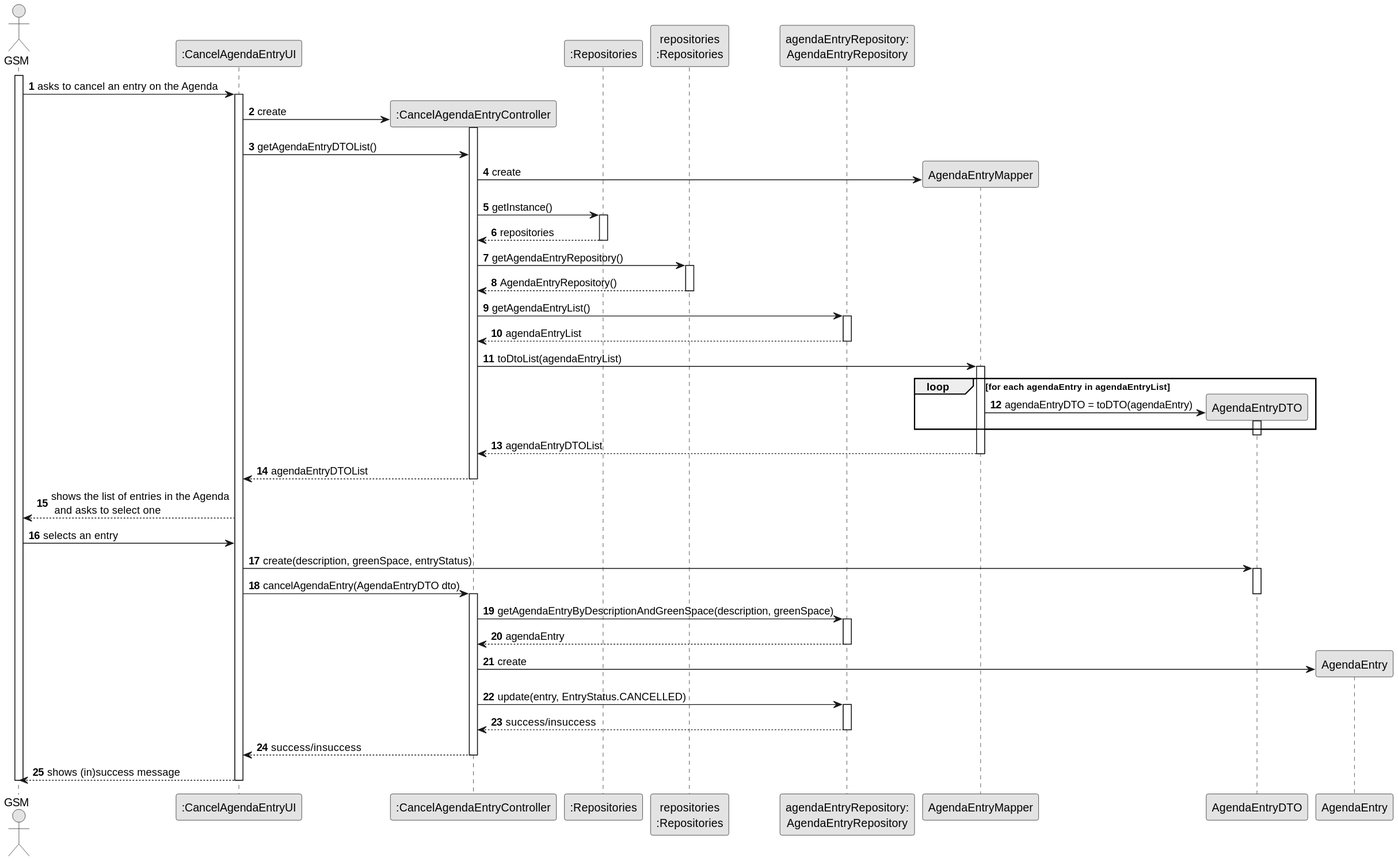
Before: docs/sprintC/us025/03.design/svg/us025-sequence-diagram-full.svg, a diagram exported from PlantUML (Departamento-de-Engenharia-Informatica/lei-24-s2-1do-g164).
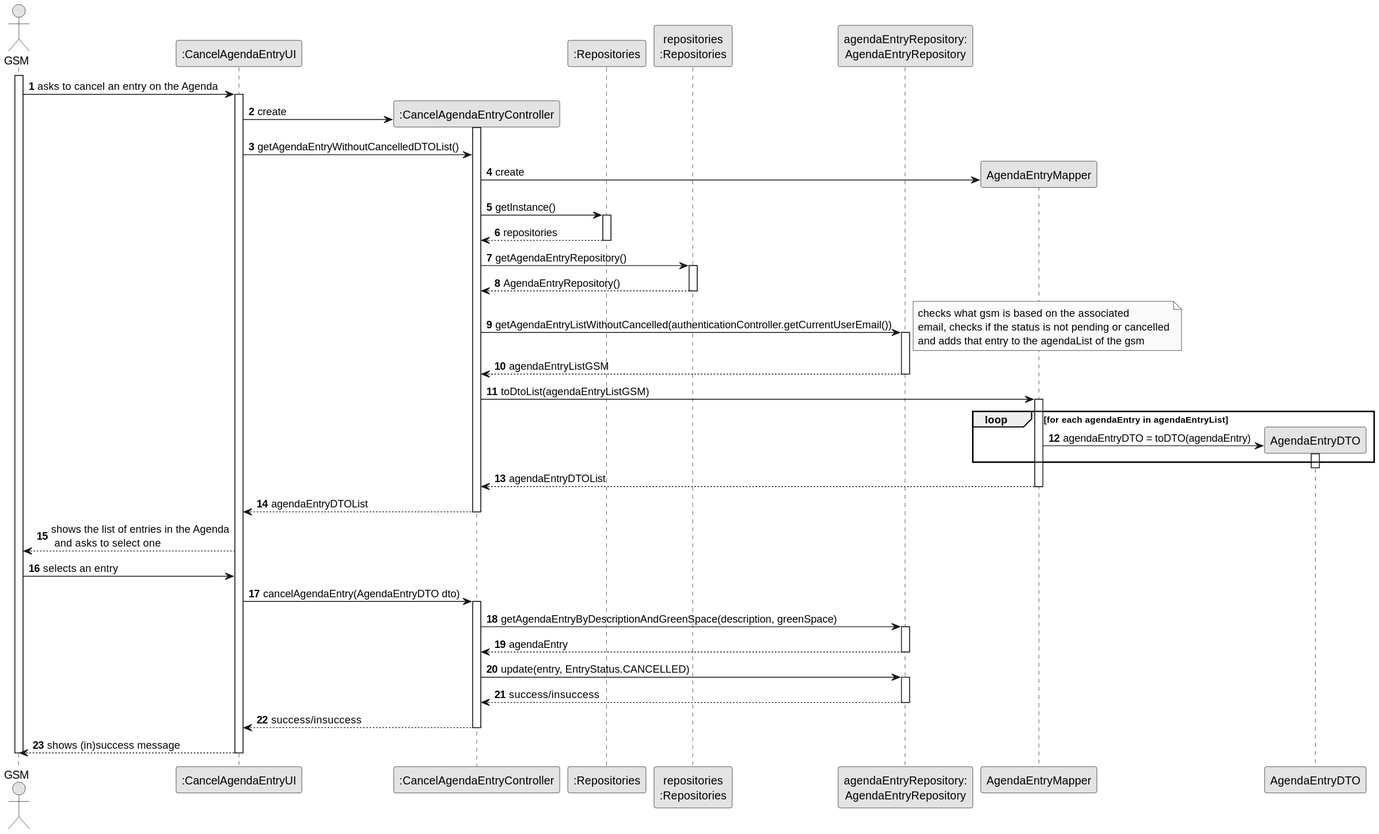
The same diagram one commit later.

What changed in the source:
```diff
@@ -13,7 +13,7 @@
 participant "agendaEntryRepository:\nAgendaEntryRepository" as Repo
 participant "AgendaEntryMapper"
 participant "AgendaEntryDTO"
-participant "AgendaEntry"
+
 
 
 activate GSM
@@ -25,9 +25,10 @@
                 UI -> CTRL** : create
                 activate CTRL
 
-                 UI-> CTRL: getAgendaEntryDTOList()
+                 UI-> CTRL: getAgendaEntryWithoutCancelledDTOList()
 
-                CTRL-> "AgendaEntryMapper"** : create
+                CTRL -> "AgendaEntryMapper"**:  create
+
 
 
 
@@ -48,16 +49,18 @@
                 deactivate PLAT
 
 
-                CTRL -> Repo : getAgendaEntryList()
+                CTRL -> Repo : getAgendaEntryListWithoutCancelled(authenticationController.getCurrentUserEmail())
                 activate Repo
 
-                Repo --> CTRL: agendaEntryList
+                note right: checks what gsm is based on the associated \nemail, checks if the status is not pending or cancelled\nand adds that entry to the agendaList of the gsm
+
+                Repo --> CTRL: agendaEntryListGSM
                 deactivate Repo
 
 
 
 
-                CTRL -> "AgendaEntryMapper" : toDtoList(agendaEntryList)
+                CTRL -> "AgendaEntryMapper" : toDtoList(agendaEntryListGSM)
                 activate "AgendaEntryMapper"
 
 
@@ -80,8 +83,7 @@
 
                  GSM-> UI: selects an entry
 
-                 UI-> "AgendaEntryDTO": create(description, greenSpace, entryStatus)
-                 activate "AgendaEntryDTO"
+
 
                 UI-> CTRL: cancelAgendaEntry(AgendaEntryDTO dto)
                 deactivate "AgendaEntryDTO"
@@ -91,7 +93,7 @@
                 activate Repo
                 Repo-->CTRL: agendaEntry
                 deactivate Repo
-                CTRL-> "AgendaEntry"**: create
+
 
 
                 CTRL-> Repo: update(entry, EntryStatus.CANCELLED)
@@ -100,8 +102,6 @@
                 Repo-->CTRL: success/insuccess
 
 
-
-               deactivate "AgendaEntry"
               deactivate Repo
 
                 CTRL --> UI : success/insuccess
```
